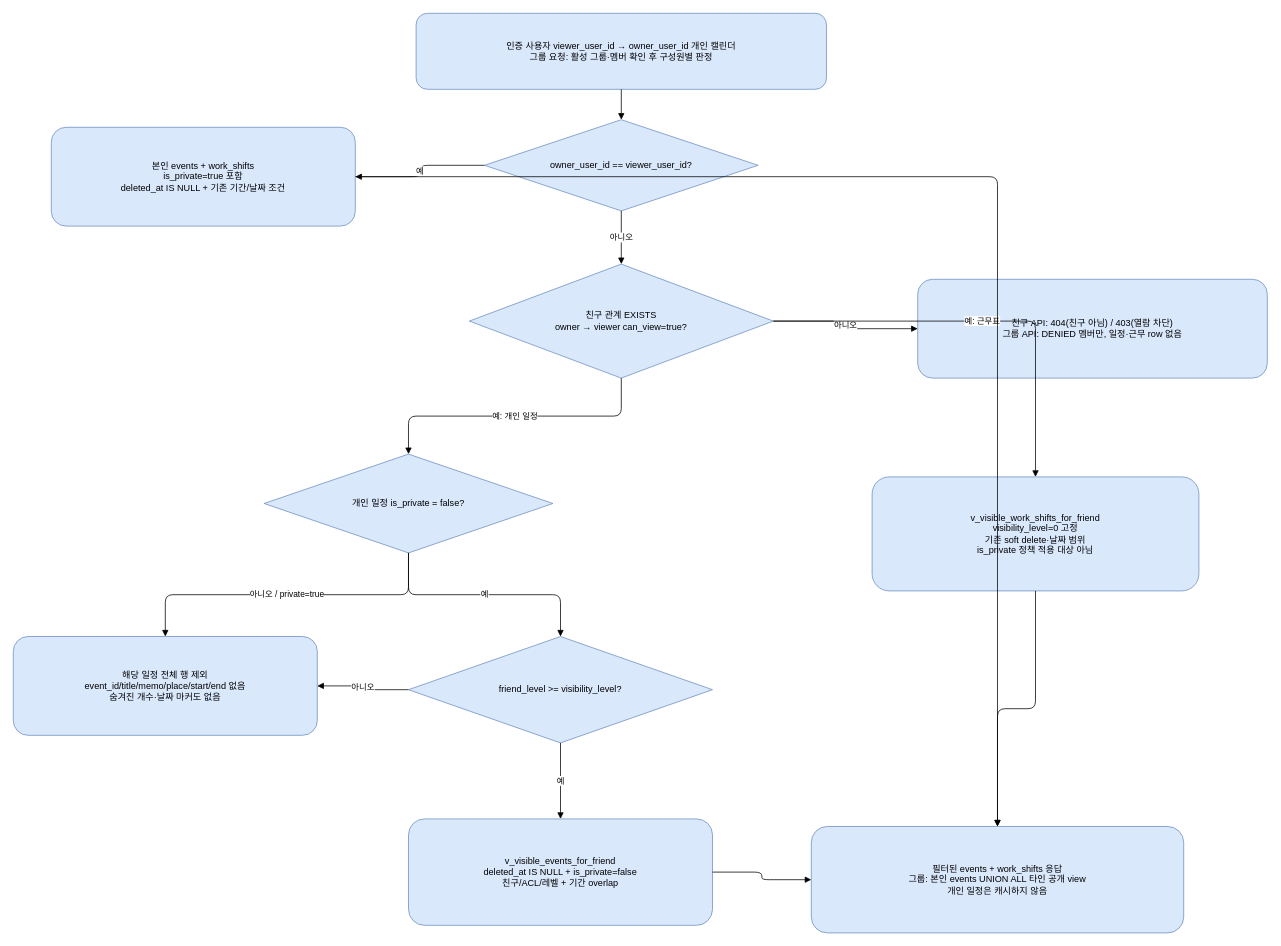
The draw.io diagram visibility_flow.drawio in hspark-1/shift_calendar_server, before the edit. Source tidied: cells renumbered, new cells numbered last; positions are measured from the earlier drawing's top-left corner, leaving out a move shared by most shapes. Both pictures are drawn from the tidied source at 76%, with x=0, y=0 at pixel (13, 13).
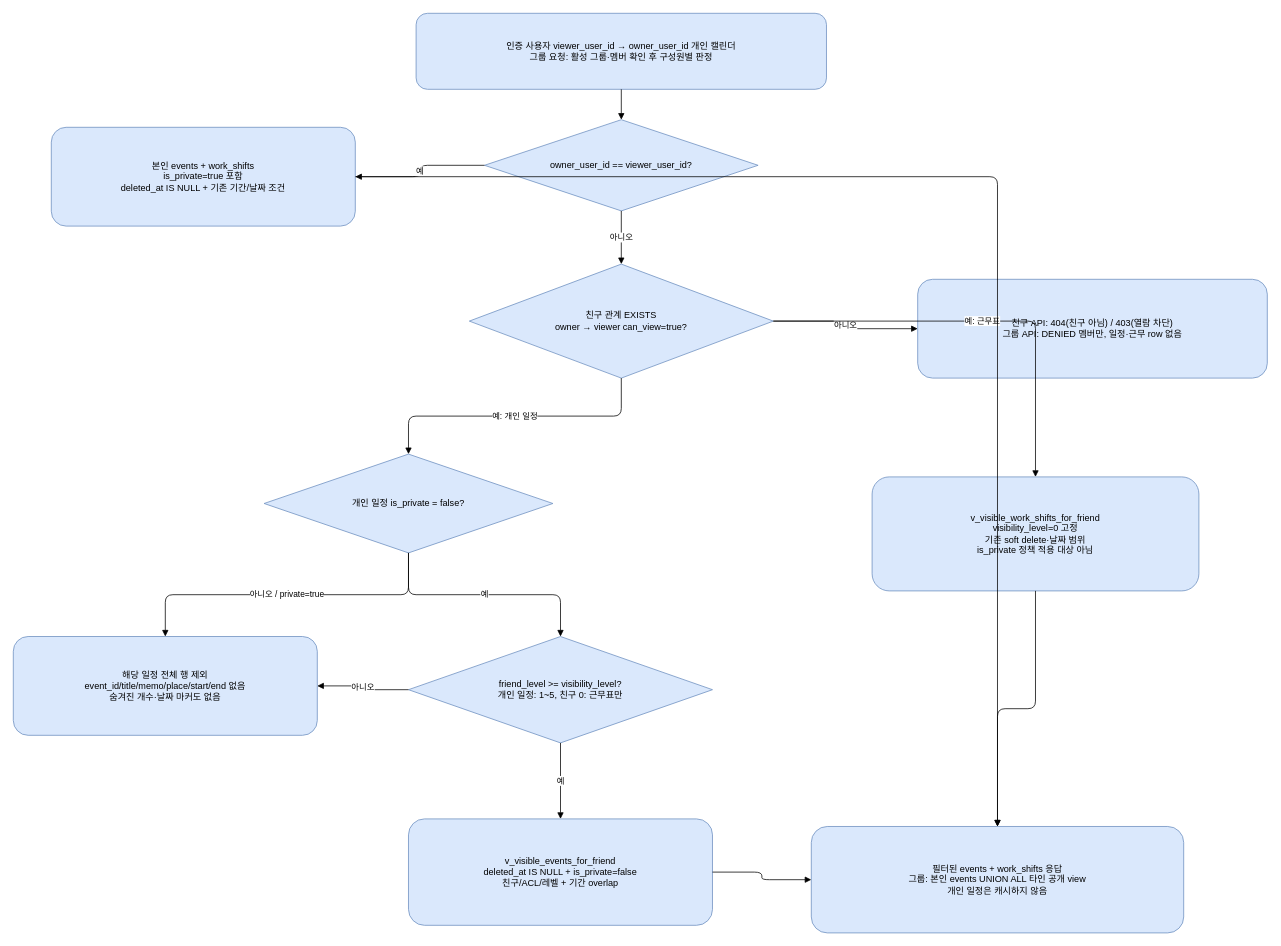
Above is the later version.

Diff of the diagram source:
```diff
@@
-    <mxCell id="9" value="friend_level &gt;= visibility_level?" style="rhombus;whiteSpace=wrap;html=1;fillColor=#dae8fc;strokeColor=#6c8ebf;" parent="1" vertex="1">
+    <mxCell id="9" value="friend_level &gt;= visibility_level?&#10;개인 일정: 1~5, 친구 0: 근무표만" style="rhombus;whiteSpace=wrap;html=1;fillColor=#dae8fc;strokeColor=#6c8ebf;" parent="1" vertex="1">
       <mxGeometry x="520" y="820" width="400" height="140" as="geometry" />
     </mxCell>
```
